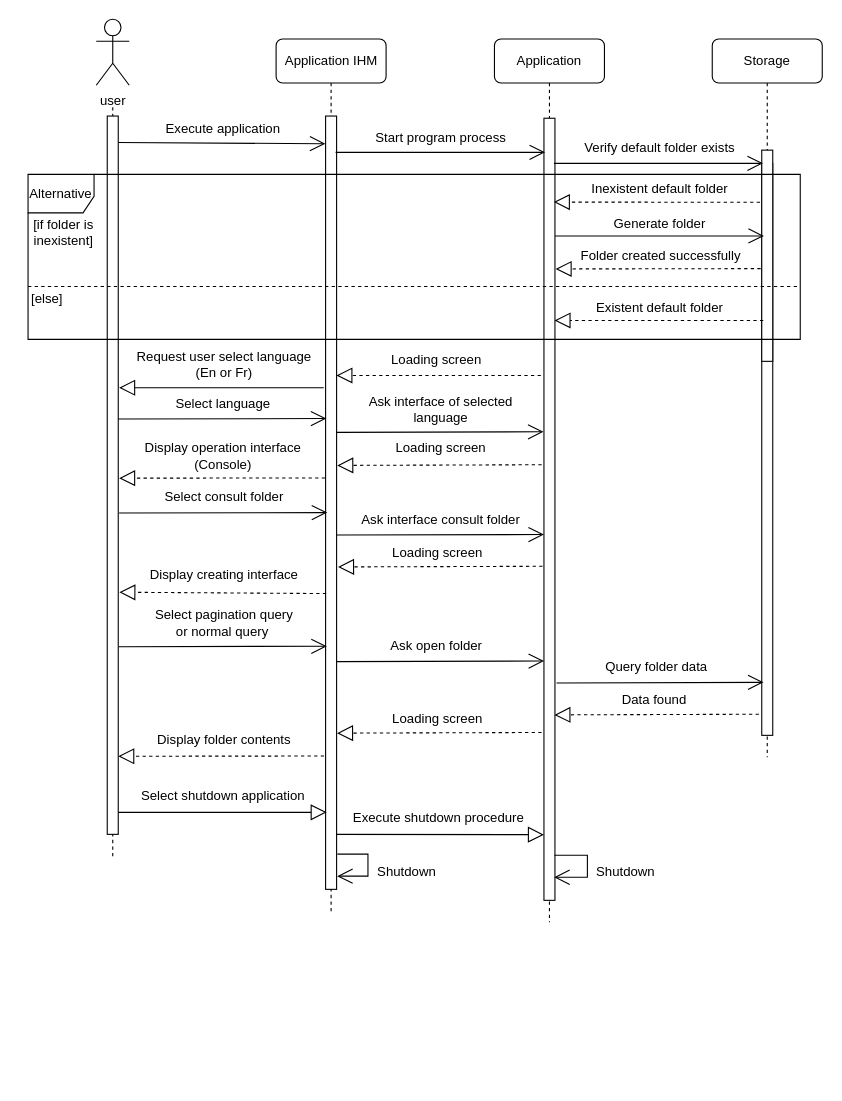
Before: page "Page-1" (1 of 3) of consult diagram.drawio in Weicheng178/UML, a draw.io diagram. Source tidied: cells renumbered, new cells numbered last; positions are measured from the earlier drawing's top-left corner, leaving out a move shared by most shapes. Both pictures are drawn from the tidied source at 110%, with x=0, y=0 at pixel (19, 19).
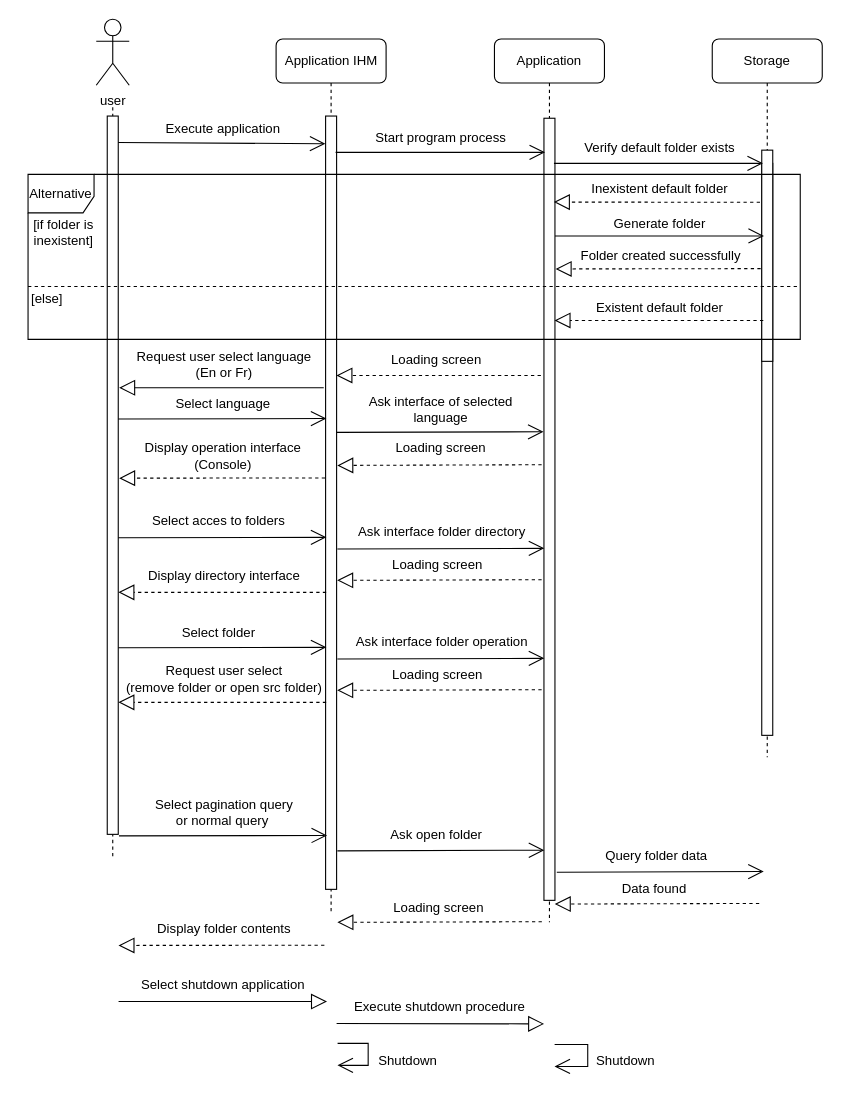
After the change.

Unchanged cells that the change refers to:
```xml
<mxCell id="9" style="html=1;points=[];perimeter=orthogonalPerimeter;rounded=0;glass=0;labelBackgroundColor=none;fillStyle=auto;" parent="1" vertex="1">
  <mxGeometry x="477" y="90" width="10" height="711" as="geometry" />
</mxCell>
```

Diff of the diagram source:
```diff
@@
     <mxCell id="11" value="Loading screen" style="text;html=1;align=center;verticalAlign=middle;strokeColor=none;fillColor=none;rounded=1;" parent="1" vertex="1">
-      <mxGeometry x="325.3" y="621" width="110" height="30" as="geometry" />
+      <mxGeometry x="325.6" y="793" width="110" height="30" as="geometry" />
     </mxCell>
     <mxCell id="12" style="endArrow=block;dashed=1;endFill=0;endSize=12;html=1;rounded=1;exitX=-0.211;exitY=0.186;exitDx=0;exitDy=0;exitPerimeter=0;" parent="1" edge="1">
       <mxGeometry relative="1" as="geometry">
-        <mxPoint x="474.8" y="648.4" as="sourcePoint" />
-        <mxPoint x="288.9" y="649" as="targetPoint" />
+        <mxPoint x="475.1" y="820.4" as="sourcePoint" />
+        <mxPoint x="289.2" y="821" as="targetPoint" />
       </mxGeometry>
     </mxCell>
     <mxCell id="13" value="Select pagination query&lt;br&gt;or normal query&amp;nbsp;" style="text;html=1;align=center;verticalAlign=middle;strokeColor=none;fillColor=none;rounded=1;" parent="1" vertex="1">
-      <mxGeometry x="110.8" y="529" width="150" height="40" as="geometry" />
+      <mxGeometry x="111.1" y="701" width="150" height="40" as="geometry" />
     </mxCell>
     <mxCell id="14" style="endArrow=open;endFill=1;endSize=12;html=1;rounded=1;entryX=-0.083;entryY=0.173;entryDx=0;entryDy=0;entryPerimeter=0;" parent="1" edge="1">
       <mxGeometry relative="1" as="geometry">
-        <mxPoint x="288.9" y="584" as="sourcePoint" />
-        <mxPoint x="477.1" y="583.4" as="targetPoint" />
+        <mxPoint x="289.2" y="756" as="sourcePoint" />
+        <mxPoint x="477.3" y="755.4" as="targetPoint" />
       </mxGeometry>
     </mxCell>
     <mxCell id="15" value="Ask open folder" style="text;html=1;align=center;verticalAlign=middle;strokeColor=none;fillColor=none;rounded=1;" parent="1" vertex="1">
-      <mxGeometry x="324" y="555" width="110" height="30" as="geometry" />
+      <mxGeometry x="324.2" y="727" width="110" height="30" as="geometry" />
     </mxCell>
     <mxCell id="16" style="endArrow=open;endFill=1;endSize=12;html=1;rounded=1;entryX=0.071;entryY=0.165;entryDx=0;entryDy=0;entryPerimeter=0;" parent="1" edge="1">
       <mxGeometry relative="1" as="geometry">
-        <mxPoint x="90.4" y="570.4" as="sourcePoint" />
-        <mxPoint x="279.6" y="570" as="targetPoint" />
+        <mxPoint x="90.7" y="742.4" as="sourcePoint" />
+        <mxPoint x="279.8" y="742" as="targetPoint" />
       </mxGeometry>
     </mxCell>
     <mxCell id="17" style="endArrow=block;dashed=1;endFill=0;endSize=12;html=1;rounded=1;exitX=-0.125;exitY=0.144;exitDx=0;exitDy=0;exitPerimeter=0;" parent="1" edge="1">
       <mxGeometry relative="1" as="geometry">
-        <mxPoint x="277.1" y="669.8" as="sourcePoint" />
-        <mxPoint x="90" y="670" as="targetPoint" />
+        <mxPoint x="277.4" y="841.8" as="sourcePoint" />
+        <mxPoint x="90.2" y="842" as="targetPoint" />
       </mxGeometry>
     </mxCell>
     <mxCell id="18" value="Display folder contents" style="text;html=1;align=center;verticalAlign=middle;strokeColor=none;fillColor=none;rounded=1;" parent="1" vertex="1">
-      <mxGeometry x="115.8" y="640" width="140" height="30" as="geometry" />
+      <mxGeometry x="116.1" y="812" width="140" height="30" as="geometry" />
     </mxCell>
-    <mxCell id="19" style="endArrow=block;endFill=0;endSize=12;html=1;rounded=1;entryX=-0.002;entryY=0.916;entryDx=0;entryDy=0;entryPerimeter=0;" parent="1" edge="1" target="9">
+    <mxCell id="19" style="endArrow=block;endFill=0;endSize=12;html=1;rounded=1;entryX=-0.002;entryY=0.916;entryDx=0;entryDy=0;entryPerimeter=0;" parent="1" edge="1">
       <mxGeometry relative="1" as="geometry">
-        <mxPoint x="288.3" y="741" as="sourcePoint" />
+        <mxPoint x="288.5" y="913" as="sourcePoint" />
+        <mxPoint x="477.2" y="913.3" as="targetPoint" />
       </mxGeometry>
     </mxCell>
     <mxCell id="20" style="endArrow=block;endFill=0;endSize=12;html=1;rounded=1;" parent="1" edge="1">
       <mxGeometry relative="1" as="geometry">
-        <mxPoint x="90" y="721" as="sourcePoint" />
-        <mxPoint x="279.5" y="721" as="targetPoint" />
+        <mxPoint x="90.3" y="893" as="sourcePoint" />
+        <mxPoint x="279.8" y="893" as="targetPoint" />
       </mxGeometry>
     </mxCell>
     <mxCell id="21" value="Execute shutdown procedure" style="text;html=1;align=center;verticalAlign=middle;strokeColor=none;fillColor=none;rounded=1;" parent="1" vertex="1">
-      <mxGeometry x="291.2" y="711" width="180" height="30" as="geometry" />
+      <mxGeometry x="291.5" y="883" width="180" height="30" as="geometry" />
     </mxCell>
     <mxCell id="22" value="Shutdown" style="text;html=1;align=center;verticalAlign=middle;strokeColor=none;fillColor=none;rounded=1;" parent="1" vertex="1">
-      <mxGeometry x="312.4" y="760" width="80" height="30" as="geometry" />
+      <mxGeometry x="312.7" y="932" width="80" height="30" as="geometry" />
     </mxCell>
     <mxCell id="23" style="endArrow=open;endFill=1;endSize=12;html=1;rounded=0;" parent="1" edge="1">
       <mxGeometry relative="1" as="geometry">
-        <mxPoint x="486.5" y="760" as="sourcePoint" />
-        <mxPoint x="486.3" y="780" as="targetPoint" />
+        <mxPoint x="486.7" y="932" as="sourcePoint" />
+        <mxPoint x="486.6" y="952" as="targetPoint" />
         <Array as="points">
-          <mxPoint x="516.5" y="760" />
-          <mxPoint x="516.5" y="780" />
+          <mxPoint x="516.8" y="932" />
+          <mxPoint x="516.8" y="952" />
         </Array>
       </mxGeometry>
     </mxCell>
     <mxCell id="24" value="Shutdown" style="text;html=1;align=center;verticalAlign=middle;strokeColor=none;fillColor=none;rounded=1;" parent="1" vertex="1">
-      <mxGeometry x="511.1" y="760" width="80" height="30" as="geometry" />
+      <mxGeometry x="511.3" y="932" width="80" height="30" as="geometry" />
     </mxCell>
     <mxCell id="25" value="Select shutdown application" style="text;html=1;align=center;verticalAlign=middle;strokeColor=none;fillColor=none;rounded=1;" parent="1" vertex="1">
-      <mxGeometry x="100" y="691" width="170" height="30" as="geometry" />
+      <mxGeometry x="100.2" y="863" width="170" height="30" as="geometry" />
     </mxCell>
     <mxCell id="26" style="endArrow=open;endFill=1;endSize=12;html=1;rounded=0;" parent="1" edge="1">
       <mxGeometry relative="1" as="geometry">
-        <mxPoint x="289.2" y="759" as="sourcePoint" />
-        <mxPoint x="289" y="779" as="targetPoint" />
+        <mxPoint x="289.4" y="931" as="sourcePoint" />
+        <mxPoint x="289.3" y="951" as="targetPoint" />
         <Array as="points">
-          <mxPoint x="317" y="759" />
-          <mxPoint x="317" y="779" />
+          <mxPoint x="317.2" y="931" />
+          <mxPoint x="317.2" y="951" />
         </Array>
       </mxGeometry>
     </mxCell>
-    <mxCell id="27" value="Loading screen" style="text;html=1;align=center;verticalAlign=middle;strokeColor=none;fillColor=none;rounded=1;" parent="1" vertex="1">
-      <mxGeometry x="325.2" y="469.9" width="110" height="30" as="geometry" />
-    </mxCell>
-    <mxCell id="28" style="endArrow=block;dashed=1;endFill=0;endSize=12;html=1;rounded=1;exitX=-0.211;exitY=0.186;exitDx=0;exitDy=0;exitPerimeter=0;" parent="1" edge="1">
-      <mxGeometry relative="1" as="geometry">
-        <mxPoint x="475.7" y="497.3" as="sourcePoint" />
-        <mxPoint x="289.8" y="497.9" as="targetPoint" />
-      </mxGeometry>
-    </mxCell>
-    <mxCell id="29" value="Select consult folder" style="text;html=1;align=center;verticalAlign=middle;strokeColor=none;fillColor=none;rounded=1;" parent="1" vertex="1">
-      <mxGeometry x="120.8" y="418.9" width="130" height="30" as="geometry" />
-    </mxCell>
-    <mxCell id="30" style="endArrow=open;endFill=1;endSize=12;html=1;rounded=1;entryX=0.071;entryY=0.165;entryDx=0;entryDy=0;entryPerimeter=0;" parent="1" edge="1">
-      <mxGeometry relative="1" as="geometry">
-        <mxPoint x="90.8" y="448.9" as="sourcePoint" />
-        <mxPoint x="280" y="448.5" as="targetPoint" />
-      </mxGeometry>
-    </mxCell>
-    <mxCell id="31" value="Display creating interface" style="text;html=1;align=center;verticalAlign=middle;strokeColor=none;fillColor=none;rounded=1;" parent="1" vertex="1">
-      <mxGeometry x="105.8" y="489.9" width="160" height="30" as="geometry" />
-    </mxCell>
-    <mxCell id="32" style="endArrow=block;dashed=1;endFill=0;endSize=12;html=1;rounded=1;exitX=-0.035;exitY=0.198;exitDx=0;exitDy=0;exitPerimeter=0;" parent="1" edge="1">
-      <mxGeometry relative="1" as="geometry">
-        <mxPoint x="279" y="522.1" as="sourcePoint" />
-        <mxPoint x="91" y="520.9" as="targetPoint" />
-      </mxGeometry>
-    </mxCell>
-    <mxCell id="33" style="endArrow=open;endFill=1;endSize=12;html=1;rounded=1;entryX=-0.083;entryY=0.173;entryDx=0;entryDy=0;entryPerimeter=0;" parent="1" edge="1">
-      <mxGeometry relative="1" as="geometry">
-        <mxPoint x="288.8" y="468.9" as="sourcePoint" />
-        <mxPoint x="477" y="468.4" as="targetPoint" />
-      </mxGeometry>
-    </mxCell>
-    <mxCell id="34" value="Ask interface consult folder" style="text;html=1;align=center;verticalAlign=middle;strokeColor=none;fillColor=none;rounded=1;" parent="1" vertex="1">
-      <mxGeometry x="297.8" y="439.9" width="170" height="30" as="geometry" />
-    </mxCell>
     <mxCell id="35" style="endArrow=open;endFill=1;endSize=12;html=1;rounded=1;entryX=-0.083;entryY=0.173;entryDx=0;entryDy=0;entryPerimeter=0;" parent="1" edge="1">
       <mxGeometry relative="1" as="geometry">
-        <mxPoint x="488.4" y="603.4" as="sourcePoint" />
-        <mxPoint x="676.6" y="602.8" as="targetPoint" />
+        <mxPoint x="488.7" y="775.4" as="sourcePoint" />
+        <mxPoint x="676.8" y="774.8" as="targetPoint" />
       </mxGeometry>
     </mxCell>
     <mxCell id="36" value="Query folder data" style="text;html=1;align=center;verticalAlign=middle;strokeColor=none;fillColor=none;rounded=1;" parent="1" vertex="1">
-      <mxGeometry x="518.5" y="574.4" width="120" height="30" as="geometry" />
+      <mxGeometry x="518.7" y="746.4" width="120" height="30" as="geometry" />
     </mxCell>
     <mxCell id="37" value="Data found" style="text;html=1;align=center;verticalAlign=middle;strokeColor=none;fillColor=none;rounded=1;" parent="1" vertex="1">
-      <mxGeometry x="537" y="604.4" width="80" height="30" as="geometry" />
+      <mxGeometry x="537.2" y="776.4" width="80" height="30" as="geometry" />
     </mxCell>
     <mxCell id="38" style="endArrow=block;dashed=1;endFill=0;endSize=12;html=1;rounded=1;exitX=-0.211;exitY=0.186;exitDx=0;exitDy=0;exitPerimeter=0;" parent="1" edge="1">
       <mxGeometry relative="1" as="geometry">
-        <mxPoint x="672.4" y="631.8" as="sourcePoint" />
-        <mxPoint x="486.5" y="632.4" as="targetPoint" />
+        <mxPoint x="672.7" y="803.8" as="sourcePoint" />
+        <mxPoint x="486.8" y="804.4" as="targetPoint" />
       </mxGeometry>
     </mxCell>
@@
+    <mxCell id="70" value="Loading screen" style="text;html=1;align=center;verticalAlign=middle;strokeColor=none;fillColor=none;rounded=1;" parent="1" vertex="1">
+      <mxGeometry x="324.7" y="480.5" width="110" height="30" as="geometry" />
+    </mxCell>
+    <mxCell id="71" style="endArrow=block;dashed=1;endFill=0;endSize=12;html=1;rounded=1;exitX=-0.211;exitY=0.186;exitDx=0;exitDy=0;exitPerimeter=0;" parent="1" edge="1">
+      <mxGeometry relative="1" as="geometry">
+        <mxPoint x="474.9" y="509.5" as="sourcePoint" />
+        <mxPoint x="289" y="510.1" as="targetPoint" />
+      </mxGeometry>
+    </mxCell>
+    <mxCell id="72" value="Select acces to folders" style="text;html=1;align=center;verticalAlign=middle;strokeColor=none;fillColor=none;rounded=1;" parent="1" vertex="1">
+      <mxGeometry x="110.7" y="441" width="140" height="30" as="geometry" />
+    </mxCell>
+    <mxCell id="73" style="endArrow=open;endFill=1;endSize=12;html=1;rounded=1;entryX=0.071;entryY=0.165;entryDx=0;entryDy=0;entryPerimeter=0;" parent="1" edge="1">
+      <mxGeometry relative="1" as="geometry">
+        <mxPoint x="90" y="471.4" as="sourcePoint" />
+        <mxPoint x="279.2" y="471" as="targetPoint" />
+      </mxGeometry>
+    </mxCell>
+    <mxCell id="74" value="Display directory interface" style="text;html=1;align=center;verticalAlign=middle;strokeColor=none;fillColor=none;rounded=1;" parent="1" vertex="1">
+      <mxGeometry x="105.7" y="491" width="160" height="30" as="geometry" />
+    </mxCell>
+    <mxCell id="75" style="endArrow=block;dashed=1;endFill=0;endSize=12;html=1;rounded=1;" parent="1" edge="1">
+      <mxGeometry relative="1" as="geometry">
+        <mxPoint x="279" y="521" as="sourcePoint" />
+        <mxPoint x="90.1" y="521" as="targetPoint" />
+      </mxGeometry>
+    </mxCell>
+    <mxCell id="76" style="endArrow=open;endFill=1;endSize=12;html=1;rounded=1;entryX=-0.083;entryY=0.173;entryDx=0;entryDy=0;entryPerimeter=0;" parent="1" edge="1">
+      <mxGeometry relative="1" as="geometry">
+        <mxPoint x="289.2" y="481.6" as="sourcePoint" />
+        <mxPoint x="477.3" y="481" as="targetPoint" />
+      </mxGeometry>
+    </mxCell>
+    <mxCell id="77" value="Ask interface folder directory" style="text;html=1;align=center;verticalAlign=middle;strokeColor=none;fillColor=none;rounded=1;" parent="1" vertex="1">
+      <mxGeometry x="293.5" y="450.5" width="180" height="30" as="geometry" />
+    </mxCell>
+    <mxCell id="78" value="Loading screen" style="text;html=1;align=center;verticalAlign=middle;strokeColor=none;fillColor=none;rounded=1;" parent="1" vertex="1">
+      <mxGeometry x="324.7" y="580.5" width="110" height="30" as="geometry" />
+    </mxCell>
+    <mxCell id="79" style="endArrow=block;dashed=1;endFill=0;endSize=12;html=1;rounded=1;exitX=-0.211;exitY=0.186;exitDx=0;exitDy=0;exitPerimeter=0;" parent="1" edge="1">
+      <mxGeometry relative="1" as="geometry">
+        <mxPoint x="474.9" y="609.5" as="sourcePoint" />
+        <mxPoint x="289" y="610.1" as="targetPoint" />
+      </mxGeometry>
+    </mxCell>
+    <mxCell id="80" value="Select folder" style="text;html=1;align=center;verticalAlign=middle;strokeColor=none;fillColor=none;rounded=1;" parent="1" vertex="1">
+      <mxGeometry x="135.7" y="543" width="90" height="30" as="geometry" />
+    </mxCell>
+    <mxCell id="81" style="endArrow=open;endFill=1;endSize=12;html=1;rounded=1;entryX=0.071;entryY=0.165;entryDx=0;entryDy=0;entryPerimeter=0;" parent="1" edge="1">
+      <mxGeometry relative="1" as="geometry">
+        <mxPoint x="90" y="571.4" as="sourcePoint" />
+        <mxPoint x="279.2" y="571" as="targetPoint" />
+      </mxGeometry>
+    </mxCell>
+    <mxCell id="82" value="Request user select&lt;br&gt;(remove folder or open src folder)" style="text;html=1;align=center;verticalAlign=middle;strokeColor=none;fillColor=none;rounded=1;" parent="1" vertex="1">
+      <mxGeometry x="85.7" y="580" width="200" height="40" as="geometry" />
+    </mxCell>
+    <mxCell id="83" style="endArrow=block;dashed=1;endFill=0;endSize=12;html=1;rounded=1;" parent="1" edge="1">
+      <mxGeometry relative="1" as="geometry">
+        <mxPoint x="279" y="621" as="sourcePoint" />
+        <mxPoint x="90.1" y="621" as="targetPoint" />
+      </mxGeometry>
+    </mxCell>
+    <mxCell id="84" style="endArrow=open;endFill=1;endSize=12;html=1;rounded=1;entryX=-0.083;entryY=0.173;entryDx=0;entryDy=0;entryPerimeter=0;" parent="1" edge="1">
+      <mxGeometry relative="1" as="geometry">
+        <mxPoint x="289.2" y="581.6" as="sourcePoint" />
+        <mxPoint x="477.3" y="581" as="targetPoint" />
+      </mxGeometry>
+    </mxCell>
+    <mxCell id="85" value="Ask interface folder operation" style="text;html=1;align=center;verticalAlign=middle;strokeColor=none;fillColor=none;rounded=1;" parent="1" vertex="1">
+      <mxGeometry x="293.5" y="550.5" width="180" height="30" as="geometry" />
+    </mxCell>
```
